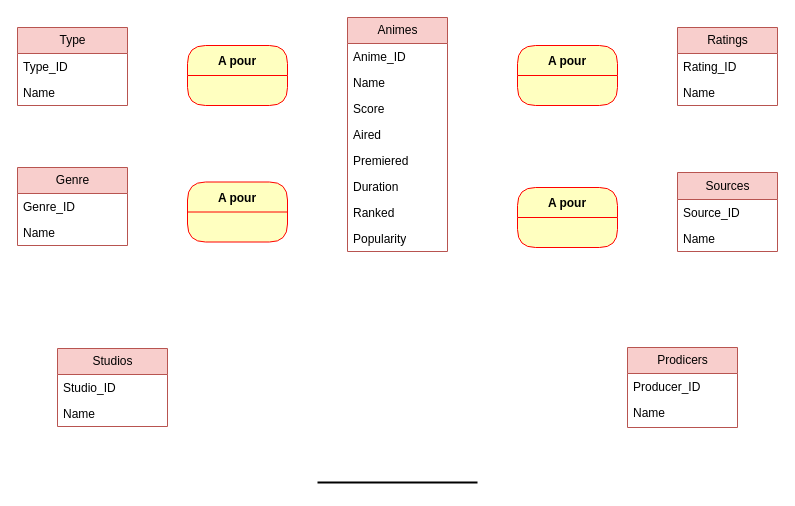
kkherrazi/postgresql_psycopg2 keeps this draw.io diagram as animes_bd/animes.drawio. Above is the earlier version. Source tidied: cells renumbered, new cells numbered last; positions are measured from the earlier drawing's top-left corner, leaving out a move shared by most shapes. Both pictures are drawn from the tidied source at 100%, with x=0, y=0 at pixel (17, 17).
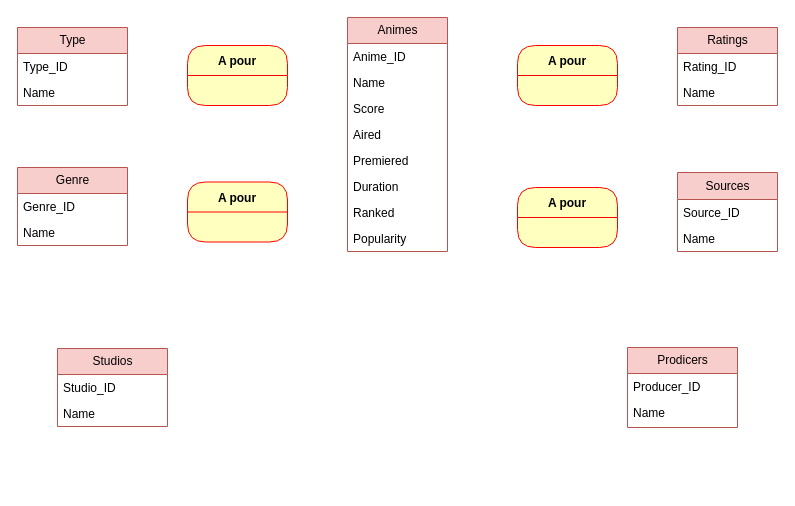
Above is the later version.

Diff of the diagram source:
```diff
@@
-    <mxCell id="33" style="line;strokeWidth=2;html=1;" parent="1" vertex="1">
-      <mxGeometry x="300" y="460" width="160" height="10" as="geometry" />
-    </mxCell>
```
